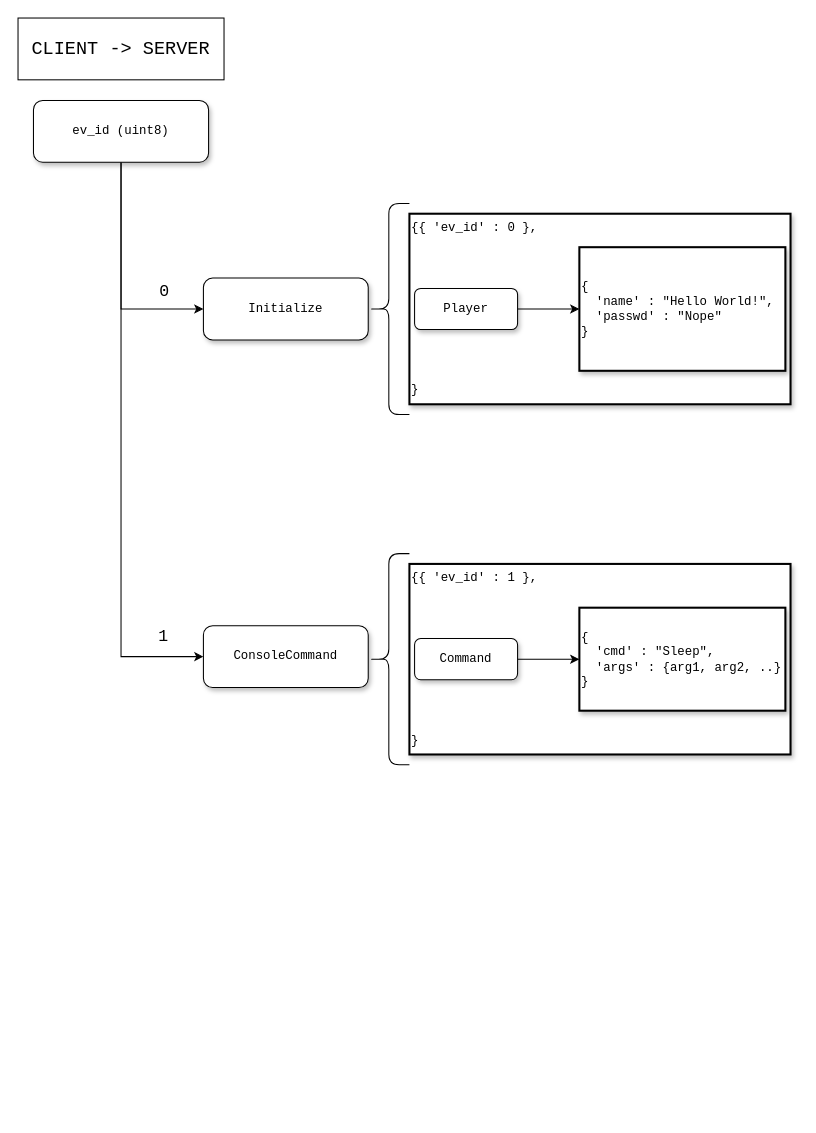
Before: page "Client -> Server json" (2 of 3) of informe/msgs client server.drawio in nicomatex/taller_argentum, a draw.io diagram. Source tidied: cells renumbered, new cells numbered last; positions are measured from the earlier drawing's top-left corner, leaving out a move shared by most shapes. Both pictures are drawn from the tidied source at 103%, with x=0, y=0 at pixel (18, 18).
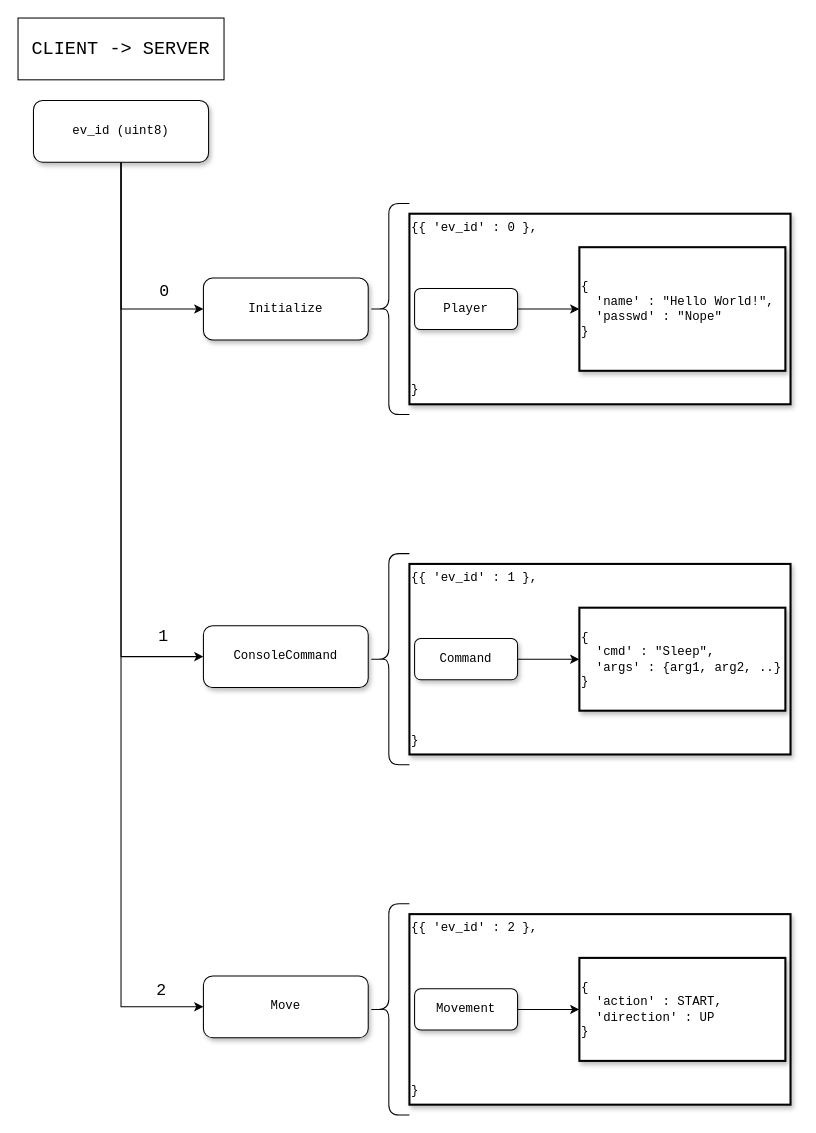
Above is the later version.

Unchanged cells that the change refers to:
```xml
<mxCell id="8" value="ev_id (uint8)" style="whiteSpace=wrap;html=1;rounded=1;shadow=1;labelBackgroundColor=none;strokeWidth=1;fontFamily=Courier New;fontSize=12;align=center;" parent="1" vertex="1">
  <mxGeometry x="15" y="80" width="170" height="60" as="geometry" />
</mxCell>
```

Diff of the diagram source:
```diff
@@
+    <mxCell id="20" value="{{ 'ev_id' : 2 },&lt;br&gt;&lt;br&gt;&lt;br&gt;&lt;br&gt;&lt;br&gt;&lt;br&gt;&lt;br&gt;&lt;br&gt;&lt;br&gt;&lt;br&gt;&lt;br&gt;}" style="whiteSpace=wrap;html=1;rounded=0;shadow=1;labelBackgroundColor=none;strokeWidth=2;fontFamily=Courier New;fontSize=12;align=left;" parent="1" vertex="1">
+      <mxGeometry x="380" y="870" width="370" height="185" as="geometry" />
+    </mxCell>
+    <mxCell id="21" value="2" style="edgeLabel;html=1;align=center;verticalAlign=middle;fontSize=16;fontFamily=Courier New;" parent="1" vertex="1">
+      <mxGeometry x="150" y="950" as="geometry">
+        <mxPoint x="-12" y="-6" as="offset" />
+      </mxGeometry>
+    </mxCell>
+    <mxCell id="22" value="Move" style="whiteSpace=wrap;html=1;rounded=1;shadow=1;labelBackgroundColor=none;strokeWidth=1;fontFamily=Courier New;fontSize=12;align=center;" parent="1" vertex="1">
+      <mxGeometry x="180" y="930" width="160" height="60" as="geometry" />
+    </mxCell>
+    <mxCell id="23" style="shape=curlyBracket;whiteSpace=wrap;html=1;rounded=1;fontFamily=Courier New;fontSize=16;rotation=0;" parent="1" vertex="1">
+      <mxGeometry x="340" y="860" width="40" height="205" as="geometry" />
+    </mxCell>
+    <mxCell id="24" style="edgeStyle=orthogonalEdgeStyle;rounded=0;jettySize=auto;html=1;exitX=1;exitY=0.5;exitDx=0;exitDy=0;entryX=0;entryY=0.5;entryDx=0;entryDy=0;fontFamily=Courier New;fontSize=16;" parent="1" edge="1" source="25" target="26">
+      <mxGeometry relative="1" as="geometry" />
+    </mxCell>
+    <mxCell id="25" value="Movement" style="whiteSpace=wrap;html=1;rounded=1;shadow=1;labelBackgroundColor=none;strokeWidth=1;fontFamily=Courier New;fontSize=12;align=center;" parent="1" vertex="1">
+      <mxGeometry x="385" y="942.5" width="100" height="40" as="geometry" />
+    </mxCell>
+    <mxCell id="26" value="{&lt;br&gt;&amp;nbsp; 'action' : START,&lt;br&gt;&amp;nbsp; 'direction' : UP&lt;br&gt;}" style="whiteSpace=wrap;html=1;rounded=0;shadow=1;labelBackgroundColor=none;strokeWidth=2;fontFamily=Courier New;fontSize=12;align=left;" parent="1" vertex="1">
+      <mxGeometry x="545" y="912.5" width="200" height="100" as="geometry" />
+    </mxCell>
+    <mxCell id="27" style="edgeStyle=orthogonalEdgeStyle;rounded=0;jettySize=auto;html=1;exitX=0.5;exitY=1;exitDx=0;exitDy=0;entryX=0;entryY=0.5;entryDx=0;entryDy=0;fontFamily=Courier New;fontSize=16;" parent="1" edge="1" source="8" target="22">
+      <mxGeometry relative="1" as="geometry">
+        <Array as="points">
+          <mxPoint x="100" y="960" />
+        </Array>
+      </mxGeometry>
+    </mxCell>
```
